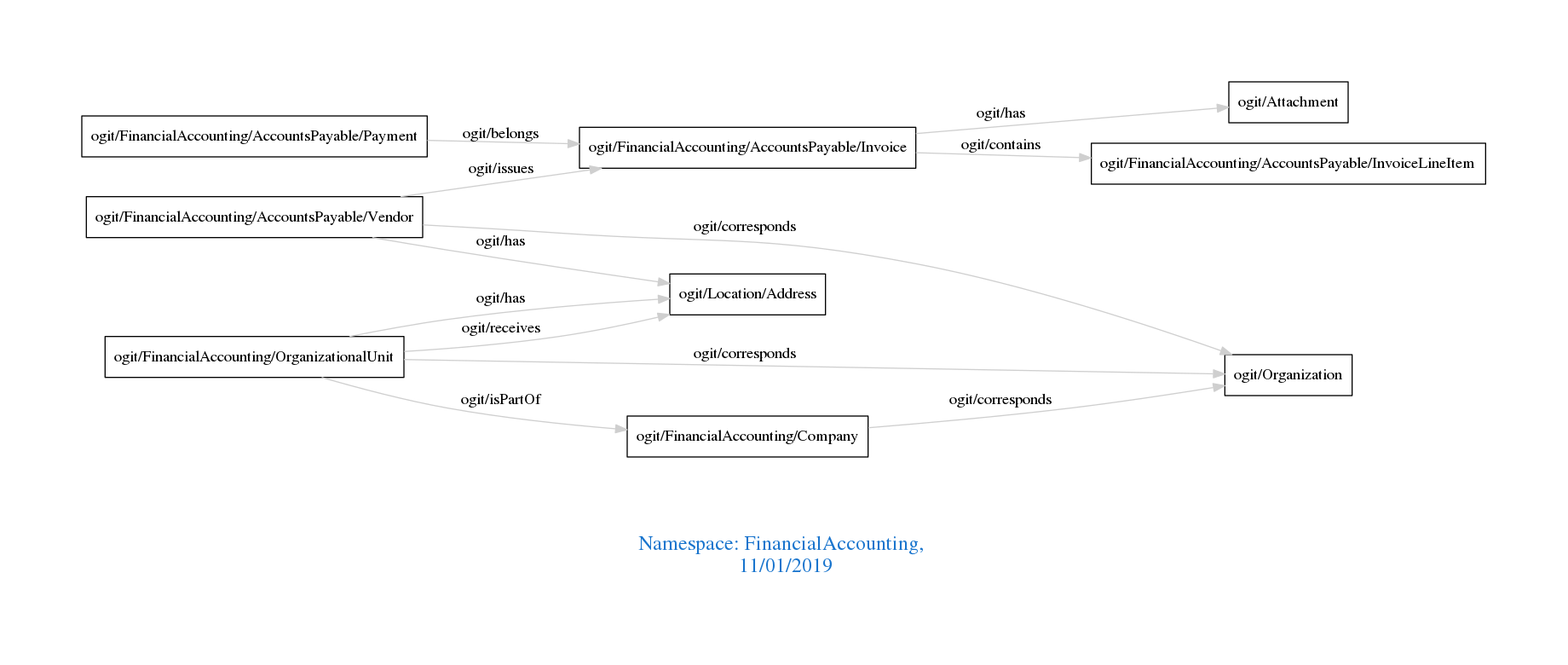
Before: downloads/FinancialAccounting.png, a diagram exported from Graphviz (arago/OGIT). Its source is kept beside it as downloads/FinancialAccounting.dot.
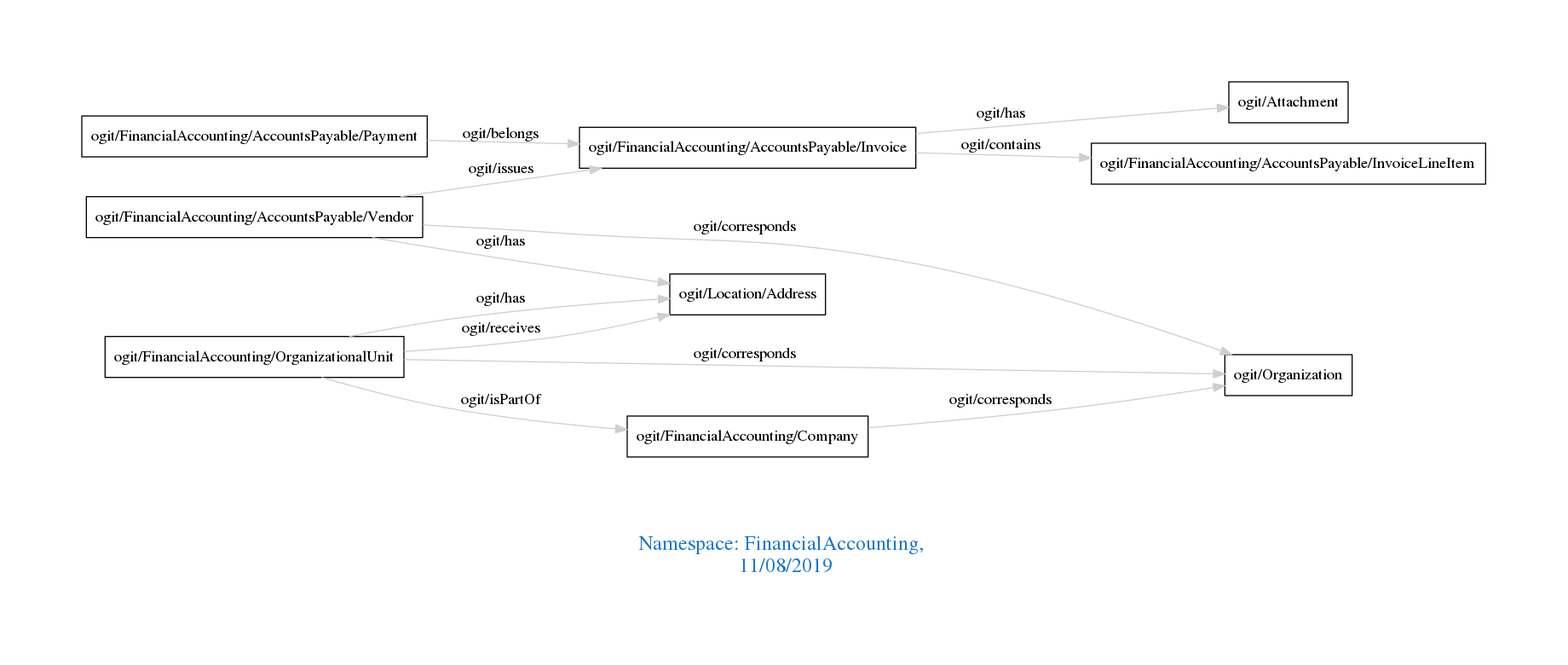
After the change.

The edit, as a diff of the source:
```diff
@@ -1,7 +1,7 @@
 digraph OGIT_ontology {
  graph [ rankdir= LR,pad=1
 fontsize = 18,
-fontcolor= dodgerblue3,label = "\n\n\nNamespace: FinancialAccounting, \n 11/01/2019"];
+fontcolor= dodgerblue3,label = "\n\n\nNamespace: FinancialAccounting, \n 11/08/2019"];
 node[shape=polygon];
 edge [  color="gray81"];
 
```
